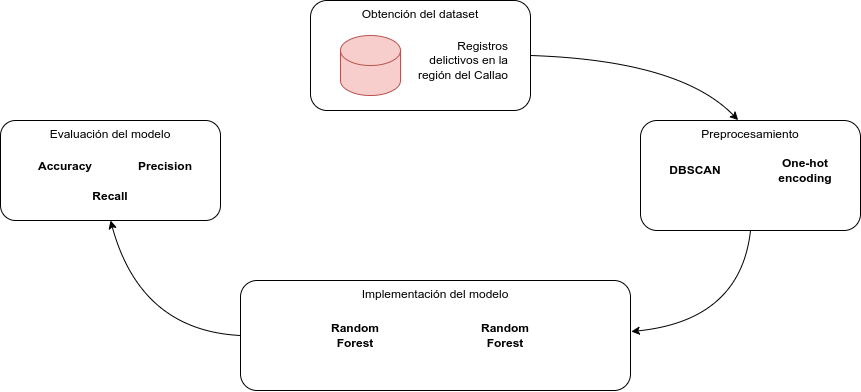
Above: paper/diagrams/metodologia.png in molerocn/urbansafe-ml (draw.io), before the change. Source tidied: cells renumbered, new cells last; positions are measured from the earlier drawing's top-left corner, leaving out a move shared by most shapes.
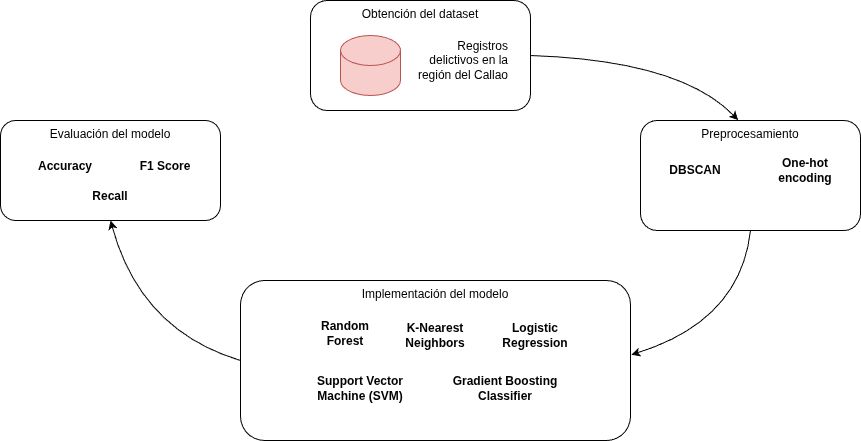
Later version of the same file.

What changed in the source:
```diff
@@ -3,10 +3,10 @@
     <mxCell id="0" />
     <mxCell id="1" parent="0" />
     <mxCell id="2" value="Implementación del modelo" style="rounded=1;whiteSpace=wrap;html=1;verticalAlign=top;" parent="1" vertex="1">
-      <mxGeometry x="240" y="280" width="390" height="110" as="geometry" />
+      <mxGeometry x="240" y="280" width="390" height="160" as="geometry" />
     </mxCell>
-    <mxCell id="3" value="Random Forest" style="text;html=1;align=center;verticalAlign=middle;whiteSpace=wrap;rounded=0;fontStyle=1;" parent="1" vertex="1">
-      <mxGeometry x="470" y="315" width="70" height="40" as="geometry" />
+    <mxCell id="3" value="K-Near&lt;span style=&quot;background-color: transparent; color: light-dark(rgb(0, 0, 0), rgb(255, 255, 255));&quot;&gt;est Neighbors&lt;/span&gt;" style="text;html=1;align=center;verticalAlign=middle;whiteSpace=wrap;rounded=0;fontStyle=1;" parent="1" vertex="1">
+      <mxGeometry x="400" y="317.5" width="70" height="35" as="geometry" />
     </mxCell>
     <mxCell id="4" style="curved=1;endArrow=classic;html=1;rounded=0;entryX=0.444;entryY=-0.003;entryDx=0;entryDy=0;entryPerimeter=0;exitX=1;exitY=0.5;exitDx=0;exitDy=0;" parent="1" edge="1" source="10" target="6">
       <mxGeometry relative="1" as="geometry">
@@ -55,7 +55,7 @@
     <mxCell id="16" value="Accuracy" style="text;html=1;align=center;verticalAlign=middle;whiteSpace=wrap;rounded=0;fontStyle=1;" parent="14" vertex="1">
       <mxGeometry x="30" y="31" width="70" height="30" as="geometry" />
     </mxCell>
-    <mxCell id="17" value="Precision" style="text;html=1;align=center;verticalAlign=middle;whiteSpace=wrap;rounded=0;fontStyle=1;" parent="14" vertex="1">
+    <mxCell id="17" value="F1 Score" style="text;html=1;align=center;verticalAlign=middle;whiteSpace=wrap;rounded=0;fontStyle=1;" parent="14" vertex="1">
       <mxGeometry x="130" y="31" width="70" height="30" as="geometry" />
     </mxCell>
     <mxCell id="18" value="Recall" style="text;html=1;align=center;verticalAlign=middle;whiteSpace=wrap;rounded=0;fontStyle=1;" parent="14" vertex="1">
@@ -69,7 +69,16 @@
       </mxGeometry>
     </mxCell>
     <mxCell id="20" value="Random Forest" style="text;html=1;align=center;verticalAlign=middle;whiteSpace=wrap;rounded=0;fontStyle=1;" parent="1" vertex="1">
-      <mxGeometry x="320" y="315" width="70" height="40" as="geometry" />
+      <mxGeometry x="310" y="312.5" width="70" height="40" as="geometry" />
     </mxCell>
+    <mxCell id="21" value="Logistic Regression" style="text;html=1;align=center;verticalAlign=middle;whiteSpace=wrap;rounded=0;fontStyle=1;" parent="1" vertex="1">
+      <mxGeometry x="500" y="317.5" width="70" height="35" as="geometry" />
+    </mxCell>
+    <mxCell id="22" value="Support Vector Machine (SVM)" style="text;html=1;align=center;verticalAlign=middle;whiteSpace=wrap;rounded=0;fontStyle=1;" parent="1" vertex="1">
+      <mxGeometry x="310" y="370" width="100" height="35" as="geometry" />
+    </mxCell>
+    <mxCell id="23" value="Gradient Boosting Classifier" style="text;html=1;align=center;verticalAlign=middle;whiteSpace=wrap;rounded=0;fontStyle=1;" parent="1" vertex="1">
+      <mxGeometry x="450" y="370" width="110" height="35" as="geometry" />
+    </mxCell>
   </root>
 </mxGraphModel>
```
